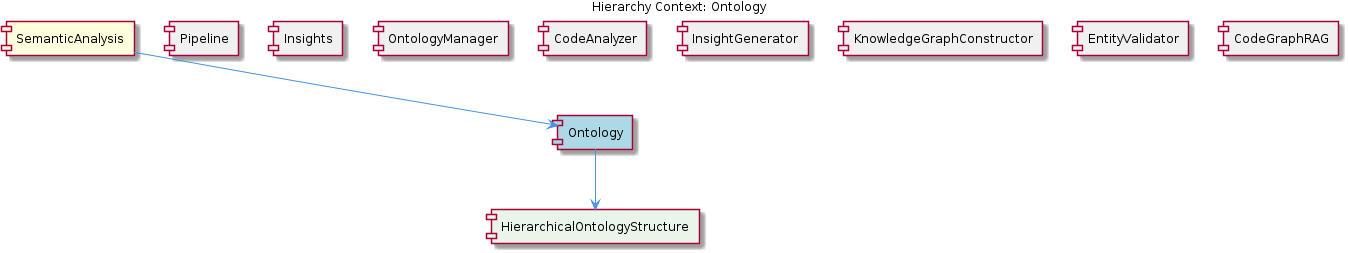
The PlantUML diagram knowledge-management/insights/images/ontology-relationship.png in fwornle/coding, before a commit. Its source is kept beside it as .data/knowledge-graph/insights/puml/ontology-relationship.puml.
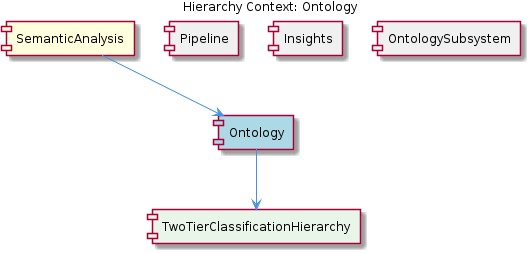
After the change.

What changed in the source:
```diff
@@ -7,23 +7,13 @@
 [Ontology] as ontology #LightBlue
 [Pipeline] as pipeline #F0F0F0
 [Insights] as insights #F0F0F0
-[OntologyManager] as ontology_manager #F0F0F0
-[CodeAnalyzer] as code_analyzer #F0F0F0
-[InsightGenerator] as insight_generator #F0F0F0
-[KnowledgeGraphConstructor] as knowledge_graph_constructor #F0F0F0
-[EntityValidator] as entity_validator #F0F0F0
-[CodeGraphRAG] as code_graph_rag #F0F0F0
-[HierarchicalOntologyStructure] as hierarchical_ontology_structure #E8F5E8
+[OntologySubsystem] as ontology_subsystem #F0F0F0
+[TwoTierClassificationHierarchy] as two_tier_classification_hierarchy #E8F5E8
 
 semantic_analysis --> ontology
 pipeline -[hidden]- ontology
 insights -[hidden]- ontology
-ontology_manager -[hidden]- ontology
-code_analyzer -[hidden]- ontology
-insight_generator -[hidden]- ontology
-knowledge_graph_constructor -[hidden]- ontology
-entity_validator -[hidden]- ontology
-code_graph_rag -[hidden]- ontology
-ontology --> hierarchical_ontology_structure
+ontology_subsystem -[hidden]- ontology
+ontology --> two_tier_classification_hierarchy
 
 @enduml
```
